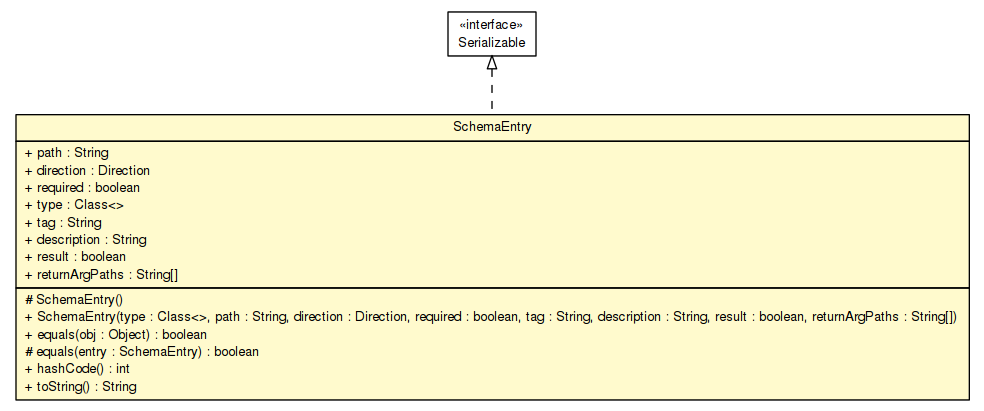
sorcersoft/sorcersoft.github.io keeps this Graphviz diagram as apidocs/sorcer/schema/SchemaEntry.png. Above is the earlier version. Its source is kept beside it as apidocs/sorcer/schema/SchemaEntry.dot.
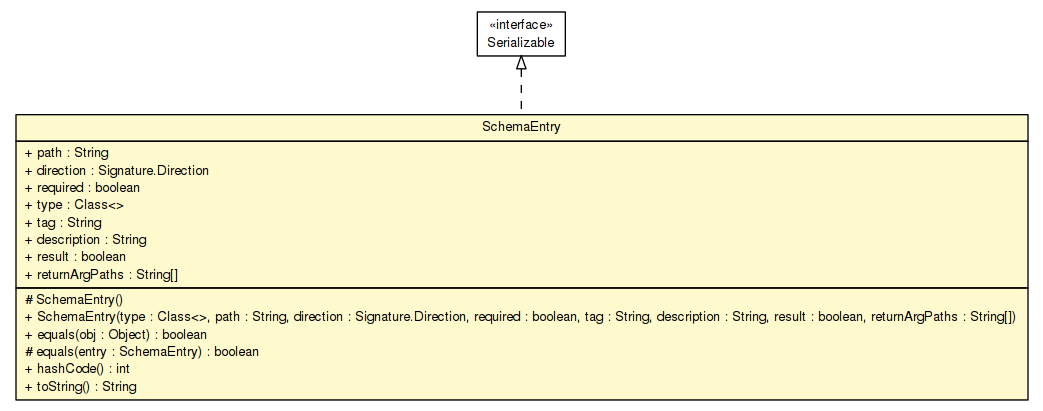
The same file after the commit.

What changed in the source:
```diff
@@ -4,13 +4,13 @@
 	node [fontname="Helvetica",fontsize=10,shape=plaintext];
 	nodesep=0.25;
 	ranksep=0.5;
-	c448602 [label=<<table title="sorcer.schema.SchemaEntry" border="0" cellborder="1" cellspacing="0" cellpadding="2" port="p" bgcolor="lemonChiffon" href="./SchemaEntry.html">
+	c479621 [label=<<table title="sorcer.schema.SchemaEntry" border="0" cellborder="1" cellspacing="0" cellpadding="2" port="p" bgcolor="lemonChiffon" href="./SchemaEntry.html">
 		<tr><td><table border="0" cellspacing="0" cellpadding="1">
 <tr><td align="center" balign="center"> SchemaEntry </td></tr>
 		</table></td></tr>
 		<tr><td><table border="0" cellspacing="0" cellpadding="1">
 <tr><td align="left" balign="left"> + path : String </td></tr>
-<tr><td align="left" balign="left"> + direction : Direction </td></tr>
+<tr><td align="left" balign="left"> + direction : Signature.Direction </td></tr>
 <tr><td align="left" balign="left"> + required : boolean </td></tr>
 <tr><td align="left" balign="left"> + type : Class&lt;&gt; </td></tr>
 <tr><td align="left" balign="left"> + tag : String </td></tr>
@@ -20,15 +20,15 @@
 		</table></td></tr>
 		<tr><td><table border="0" cellspacing="0" cellpadding="1">
 <tr><td align="left" balign="left"> # SchemaEntry() </td></tr>
-<tr><td align="left" balign="left"> + SchemaEntry(type : Class&lt;&gt;, path : String, direction : Direction, required : boolean, tag : String, description : String, result : boolean, returnArgPaths : String[]) </td></tr>
+<tr><td align="left" balign="left"> + SchemaEntry(type : Class&lt;&gt;, path : String, direction : Signature.Direction, required : boolean, tag : String, description : String, result : boolean, returnArgPaths : String[]) </td></tr>
 <tr><td align="left" balign="left"> + equals(obj : Object) : boolean </td></tr>
 <tr><td align="left" balign="left"> # equals(entry : SchemaEntry) : boolean </td></tr>
 <tr><td align="left" balign="left"> + hashCode() : int </td></tr>
 <tr><td align="left" balign="left"> + toString() : String </td></tr>
 		</table></td></tr>
 		</table>>, URL="./SchemaEntry.html", fontname="Helvetica", fontcolor="black", fontsize=10.0];
-	c449134:p -> c448602:p [dir=back,arrowtail=empty,style=dashed];
-	c449134 [label=<<table title="java.io.Serializable" border="0" cellborder="1" cellspacing="0" cellpadding="2" port="p" href="http://docs.oracle.com/javase/7/docs/api/java/io/Serializable.html">
+	c480025:p -> c479621:p [dir=back,arrowtail=empty,style=dashed];
+	c480025 [label=<<table title="java.io.Serializable" border="0" cellborder="1" cellspacing="0" cellpadding="2" port="p" href="http://docs.oracle.com/javase/7/docs/api/java/io/Serializable.html">
 		<tr><td><table border="0" cellspacing="0" cellpadding="1">
 <tr><td align="center" balign="center"> &#171;interface&#187; </td></tr>
 <tr><td align="center" balign="center"> Serializable </td></tr>
```
